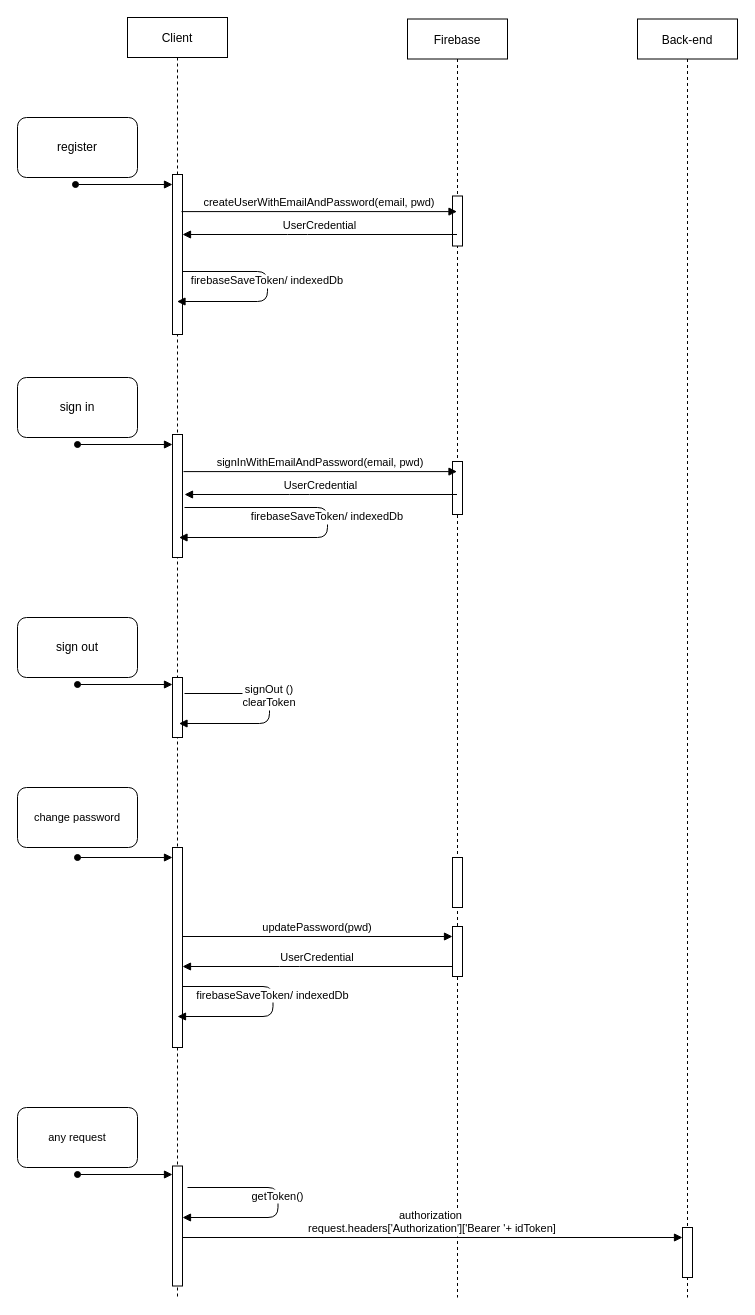
The draw.io diagram FirebaseAuth.drawio in vanthang1996/IPTV, before the edit. Source tidied: cells renumbered, new cells numbered last; positions are measured from the earlier drawing's top-left corner, leaving out a move shared by most shapes. Both pictures are drawn from the tidied source at 100%, with x=0, y=0 at pixel (17, 17).
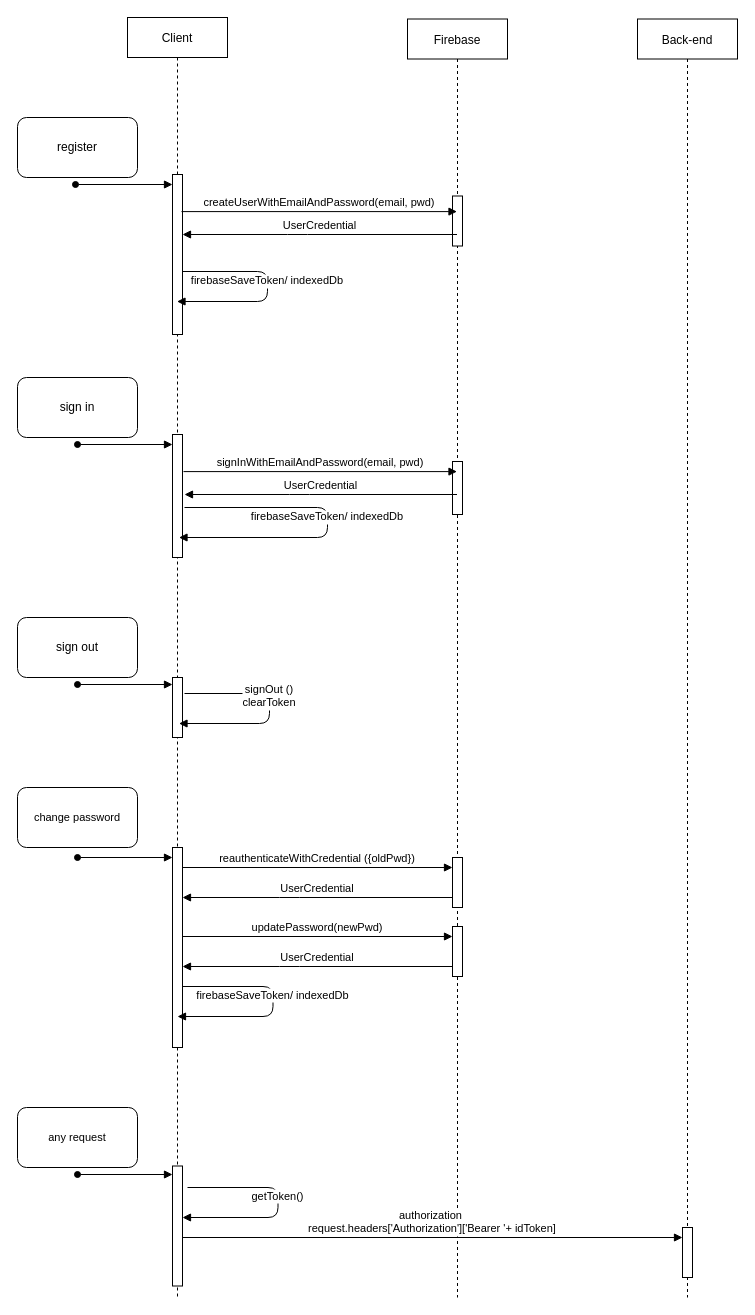
After the change.

The change refers to these unchanged cells:
```xml
<mxCell id="12" style="points=[];perimeter=orthogonalPerimeter;rounded=0;shadow=0;strokeWidth=1;" parent="9" vertex="1">
  <mxGeometry x="45" y="907.5" width="10" height="50" as="geometry" />
</mxCell>
```

The edit, as a diff of the source:
```diff
@@
-    <mxCell id="25" value="updatePassword(pwd)" style="verticalAlign=bottom;endArrow=block;shadow=0;strokeWidth=1;" parent="1" edge="1" target="12">
+    <mxCell id="25" value="updatePassword(newPwd)" style="verticalAlign=bottom;endArrow=block;shadow=0;strokeWidth=1;" parent="1" edge="1" target="12">
       <mxGeometry relative="1" as="geometry">
         <mxPoint x="165" y="919" as="sourcePoint" />
       </mxGeometry>
     </mxCell>
@@
+    <mxCell id="37" value="reauthenticateWithCredential ({oldPwd})" style="verticalAlign=bottom;endArrow=block;shadow=0;strokeWidth=1;" parent="1" edge="1">
+      <mxGeometry relative="1" as="geometry">
+        <mxPoint x="165" y="850" as="sourcePoint" />
+        <mxPoint x="435" y="850" as="targetPoint" />
+      </mxGeometry>
+    </mxCell>
+    <mxCell id="38" value="UserCredential" style="verticalAlign=bottom;endArrow=block;shadow=0;strokeWidth=1;" parent="1" edge="1">
+      <mxGeometry relative="1" as="geometry">
+        <mxPoint x="435" y="880" as="sourcePoint" />
+        <mxPoint x="165" y="880" as="targetPoint" />
+        <Array as="points">
+          <mxPoint x="272" y="880" />
+        </Array>
+      </mxGeometry>
+    </mxCell>
```
